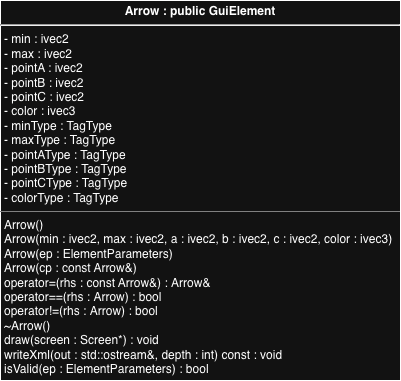
Above: images/Arrow_UML.png in cgreen2048/ArtHuddle (draw.io), before the change. Source tidied: cells renumbered, new cells last; positions are measured from the earlier drawing's top-left corner, leaving out a move shared by most shapes.
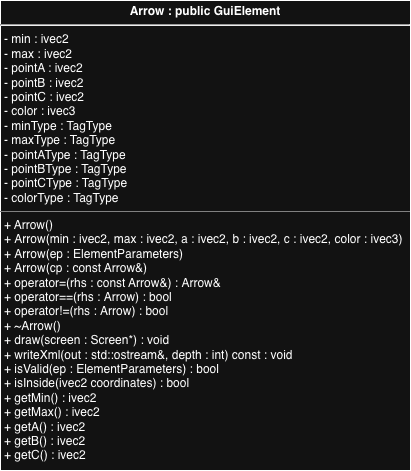
Above is the later version.

Diff of the diagram source:
```diff
@@ -2,8 +2,8 @@
   <root>
     <mxCell id="0" />
     <mxCell id="1" parent="0" />
-    <mxCell id="2" value="&lt;p style=&quot;margin:0px;margin-top:4px;text-align:center;&quot;&gt;&lt;b&gt;Arrow : public GuiElement&lt;/b&gt;&lt;/p&gt;&lt;hr&gt;&lt;p style=&quot;margin:0px;margin-left:4px;&quot;&gt;&lt;span style=&quot;background-color: transparent; color: light-dark(rgb(0, 0, 0), rgb(255, 255, 255));&quot;&gt;- min : ivec2&lt;/span&gt;&lt;/p&gt;&lt;p style=&quot;margin:0px;margin-left:4px;&quot;&gt;&lt;span style=&quot;background-color: transparent; color: light-dark(rgb(0, 0, 0), rgb(255, 255, 255));&quot;&gt;- max : ivec2&lt;/span&gt;&lt;/p&gt;&lt;p style=&quot;margin:0px;margin-left:4px;&quot;&gt;&lt;span style=&quot;background-color: transparent; color: light-dark(rgb(0, 0, 0), rgb(255, 255, 255));&quot;&gt;- pointA : ivec2&lt;/span&gt;&lt;/p&gt;&lt;p style=&quot;margin:0px;margin-left:4px;&quot;&gt;- pointB : ivec2&lt;/p&gt;&lt;p style=&quot;margin:0px;margin-left:4px;&quot;&gt;- pointC : ivec2&lt;/p&gt;&lt;p style=&quot;margin:0px;margin-left:4px;&quot;&gt;- color : ivec3&lt;br&gt;&lt;/p&gt;&lt;p style=&quot;margin:0px;margin-left:4px;&quot;&gt;- minType : TagType&lt;/p&gt;&lt;p style=&quot;margin:0px;margin-left:4px;&quot;&gt;- maxType : TagType&lt;/p&gt;&lt;p style=&quot;margin:0px;margin-left:4px;&quot;&gt;- pointA&lt;span style=&quot;background-color: transparent;&quot;&gt;Type : TagType&lt;/span&gt;&lt;/p&gt;&lt;p style=&quot;margin:0px;margin-left:4px;&quot;&gt;&lt;span style=&quot;white-space: normal;&quot;&gt;- pointBType : TagType&lt;/span&gt;&lt;/p&gt;&lt;p style=&quot;margin:0px;margin-left:4px;&quot;&gt;- pointCType : TagType&lt;/p&gt;&lt;p style=&quot;margin:0px;margin-left:4px;&quot;&gt;&lt;span style=&quot;white-space: normal;&quot;&gt;- colorType : TagType&lt;/span&gt;&lt;/p&gt;&lt;hr size=&quot;1&quot; style=&quot;border-style:solid;&quot;&gt;&lt;p style=&quot;margin:0px;margin-left:4px;&quot;&gt;Arrow()&lt;/p&gt;&lt;p style=&quot;margin:0px;margin-left:4px;&quot;&gt;Arrow(min : ivec2, max : ivec2, a : ivec2, b : ivec2, c : ivec2, color : ivec3)&lt;/p&gt;&lt;p style=&quot;margin:0px;margin-left:4px;&quot;&gt;Arrow(ep : ElementParameters)&lt;/p&gt;&lt;p style=&quot;margin:0px;margin-left:4px;&quot;&gt;Arrow(cp :&amp;nbsp;&lt;span style=&quot;background-color: transparent; color: light-dark(rgb(0, 0, 0), rgb(255, 255, 255));&quot;&gt;const Arrow&amp;amp;&lt;/span&gt;&lt;span style=&quot;background-color: transparent; color: light-dark(rgb(0, 0, 0), rgb(255, 255, 255));&quot;&gt;)&lt;/span&gt;&lt;/p&gt;&lt;p style=&quot;margin:0px;margin-left:4px;&quot;&gt;&lt;span style=&quot;white-space: normal;&quot;&gt;operator=(rhs :&amp;nbsp;&lt;/span&gt;&lt;span style=&quot;background-color: transparent; color: light-dark(rgb(0, 0, 0), rgb(255, 255, 255));&quot;&gt;const Arrow&amp;amp;&lt;/span&gt;&lt;span style=&quot;background-color: transparent; color: light-dark(rgb(0, 0, 0), rgb(255, 255, 255));&quot;&gt;) :&amp;nbsp;&lt;/span&gt;&lt;span style=&quot;background-color: transparent; color: light-dark(rgb(0, 0, 0), rgb(255, 255, 255));&quot;&gt;Arrow&amp;amp;&lt;/span&gt;&lt;/p&gt;&lt;p style=&quot;margin:0px;margin-left:4px;&quot;&gt;&lt;span style=&quot;white-space: normal;&quot;&gt;operator==(rhs :&amp;nbsp;&lt;/span&gt;&lt;span style=&quot;background-color: transparent; color: light-dark(rgb(0, 0, 0), rgb(255, 255, 255));&quot;&gt;Arrow) :&amp;nbsp;&lt;/span&gt;&lt;span style=&quot;background-color: transparent; color: light-dark(rgb(0, 0, 0), rgb(255, 255, 255));&quot;&gt;bool&lt;/span&gt;&lt;/p&gt;&lt;p style=&quot;margin:0px;margin-left:4px;&quot;&gt;&lt;span style=&quot;white-space: normal;&quot;&gt;operator!=(rhs :&amp;nbsp;&lt;/span&gt;&lt;span style=&quot;background-color: transparent; color: light-dark(rgb(0, 0, 0), rgb(255, 255, 255));&quot;&gt;Arrow&lt;/span&gt;&lt;span style=&quot;background-color: transparent; color: light-dark(rgb(0, 0, 0), rgb(255, 255, 255));&quot;&gt;) :&amp;nbsp;&lt;/span&gt;&lt;span style=&quot;background-color: transparent; color: light-dark(rgb(0, 0, 0), rgb(255, 255, 255));&quot;&gt;bool&lt;/span&gt;&lt;/p&gt;&lt;p style=&quot;margin:0px;margin-left:4px;&quot;&gt;&lt;span style=&quot;white-space: normal;&quot;&gt;~Arrow()&lt;/span&gt;&lt;/p&gt;&lt;p style=&quot;margin:0px;margin-left:4px;&quot;&gt;draw(screen :&amp;nbsp;&lt;span style=&quot;background-color: transparent; color: light-dark(rgb(0, 0, 0), rgb(255, 255, 255));&quot;&gt;Screen*&lt;/span&gt;&lt;span style=&quot;background-color: transparent; color: light-dark(rgb(0, 0, 0), rgb(255, 255, 255));&quot;&gt;) : void&lt;/span&gt;&lt;/p&gt;&lt;p style=&quot;margin:0px;margin-left:4px;&quot;&gt;writeXml(out :&amp;nbsp;&lt;span style=&quot;background-color: transparent; color: light-dark(rgb(0, 0, 0), rgb(255, 255, 255));&quot;&gt;std::ostream&amp;amp;&lt;/span&gt;&lt;span style=&quot;background-color: transparent; color: light-dark(rgb(0, 0, 0), rgb(255, 255, 255));&quot;&gt;, depth :&amp;nbsp;&lt;/span&gt;&lt;span style=&quot;background-color: transparent; color: light-dark(rgb(0, 0, 0), rgb(255, 255, 255));&quot;&gt;int&lt;/span&gt;&lt;span style=&quot;background-color: transparent; color: light-dark(rgb(0, 0, 0), rgb(255, 255, 255));&quot;&gt;) const : void&lt;/span&gt;&lt;/p&gt;&lt;p style=&quot;margin:0px;margin-left:4px;&quot;&gt;isValid(ep :&amp;nbsp;&lt;span style=&quot;background-color: transparent; color: light-dark(rgb(0, 0, 0), rgb(255, 255, 255));&quot;&gt;ElementParameters&lt;/span&gt;&lt;span style=&quot;background-color: transparent; color: light-dark(rgb(0, 0, 0), rgb(255, 255, 255));&quot;&gt;) : bool&lt;/span&gt;&lt;/p&gt;" style="verticalAlign=top;align=left;overflow=fill;html=1;whiteSpace=wrap;" parent="1" vertex="1">
-      <mxGeometry width="400" height="380" as="geometry" />
+    <mxCell id="2" value="&lt;p style=&quot;margin:0px;margin-top:4px;text-align:center;&quot;&gt;&lt;b&gt;Arrow : public GuiElement&lt;/b&gt;&lt;/p&gt;&lt;hr&gt;&lt;p style=&quot;margin:0px;margin-left:4px;&quot;&gt;&lt;span style=&quot;background-color: transparent; color: light-dark(rgb(0, 0, 0), rgb(255, 255, 255));&quot;&gt;- min : ivec2&lt;/span&gt;&lt;/p&gt;&lt;p style=&quot;margin:0px;margin-left:4px;&quot;&gt;&lt;span style=&quot;background-color: transparent; color: light-dark(rgb(0, 0, 0), rgb(255, 255, 255));&quot;&gt;- max : ivec2&lt;/span&gt;&lt;/p&gt;&lt;p style=&quot;margin:0px;margin-left:4px;&quot;&gt;&lt;span style=&quot;background-color: transparent; color: light-dark(rgb(0, 0, 0), rgb(255, 255, 255));&quot;&gt;- pointA : ivec2&lt;/span&gt;&lt;/p&gt;&lt;p style=&quot;margin:0px;margin-left:4px;&quot;&gt;- pointB : ivec2&lt;/p&gt;&lt;p style=&quot;margin:0px;margin-left:4px;&quot;&gt;- pointC : ivec2&lt;/p&gt;&lt;p style=&quot;margin:0px;margin-left:4px;&quot;&gt;- color : ivec3&lt;br&gt;&lt;/p&gt;&lt;p style=&quot;margin:0px;margin-left:4px;&quot;&gt;- minType : TagType&lt;/p&gt;&lt;p style=&quot;margin:0px;margin-left:4px;&quot;&gt;- maxType : TagType&lt;/p&gt;&lt;p style=&quot;margin:0px;margin-left:4px;&quot;&gt;- pointA&lt;span style=&quot;background-color: transparent;&quot;&gt;Type : TagType&lt;/span&gt;&lt;/p&gt;&lt;p style=&quot;margin:0px;margin-left:4px;&quot;&gt;&lt;span style=&quot;white-space: normal;&quot;&gt;- pointBType : TagType&lt;/span&gt;&lt;/p&gt;&lt;p style=&quot;margin:0px;margin-left:4px;&quot;&gt;- pointCType : TagType&lt;/p&gt;&lt;p style=&quot;margin:0px;margin-left:4px;&quot;&gt;&lt;span style=&quot;white-space: normal;&quot;&gt;- colorType : TagType&lt;/span&gt;&lt;/p&gt;&lt;hr size=&quot;1&quot; style=&quot;border-style:solid;&quot;&gt;&lt;p style=&quot;margin:0px;margin-left:4px;&quot;&gt;+ Arrow()&lt;/p&gt;&lt;p style=&quot;margin:0px;margin-left:4px;&quot;&gt;&lt;span style=&quot;background-color: transparent; color: light-dark(rgb(0, 0, 0), rgb(255, 255, 255));&quot;&gt;+&lt;/span&gt;&lt;span style=&quot;background-color: transparent; color: light-dark(rgb(0, 0, 0), rgb(255, 255, 255));&quot;&gt;&amp;nbsp;&lt;/span&gt;Arrow(min : ivec2, max : ivec2, a : ivec2, b : ivec2, c : ivec2, color : ivec3)&lt;/p&gt;&lt;p style=&quot;margin:0px;margin-left:4px;&quot;&gt;&lt;span style=&quot;background-color: transparent; color: light-dark(rgb(0, 0, 0), rgb(255, 255, 255));&quot;&gt;+&lt;/span&gt;&lt;span style=&quot;background-color: transparent; color: light-dark(rgb(0, 0, 0), rgb(255, 255, 255));&quot;&gt;&amp;nbsp;&lt;/span&gt;Arrow(ep : ElementParameters)&lt;/p&gt;&lt;p style=&quot;margin:0px;margin-left:4px;&quot;&gt;&lt;span style=&quot;background-color: transparent; color: light-dark(rgb(0, 0, 0), rgb(255, 255, 255));&quot;&gt;+&lt;/span&gt;&lt;span style=&quot;background-color: transparent; color: light-dark(rgb(0, 0, 0), rgb(255, 255, 255));&quot;&gt;&amp;nbsp;&lt;/span&gt;Arrow(cp :&amp;nbsp;&lt;span style=&quot;background-color: transparent; color: light-dark(rgb(0, 0, 0), rgb(255, 255, 255));&quot;&gt;const Arrow&amp;amp;&lt;/span&gt;&lt;span style=&quot;background-color: transparent; color: light-dark(rgb(0, 0, 0), rgb(255, 255, 255));&quot;&gt;)&lt;/span&gt;&lt;/p&gt;&lt;p style=&quot;margin:0px;margin-left:4px;&quot;&gt;&lt;span style=&quot;background-color: transparent; color: light-dark(rgb(0, 0, 0), rgb(255, 255, 255));&quot;&gt;+&lt;/span&gt;&lt;span style=&quot;background-color: transparent; color: light-dark(rgb(0, 0, 0), rgb(255, 255, 255));&quot;&gt;&amp;nbsp;&lt;/span&gt;&lt;span style=&quot;white-space: normal;&quot;&gt;operator=(rhs :&amp;nbsp;&lt;/span&gt;&lt;span style=&quot;background-color: transparent; color: light-dark(rgb(0, 0, 0), rgb(255, 255, 255));&quot;&gt;const Arrow&amp;amp;&lt;/span&gt;&lt;span style=&quot;background-color: transparent; color: light-dark(rgb(0, 0, 0), rgb(255, 255, 255));&quot;&gt;) :&amp;nbsp;&lt;/span&gt;&lt;span style=&quot;background-color: transparent; color: light-dark(rgb(0, 0, 0), rgb(255, 255, 255));&quot;&gt;Arrow&amp;amp;&lt;/span&gt;&lt;/p&gt;&lt;p style=&quot;margin:0px;margin-left:4px;&quot;&gt;&lt;span style=&quot;background-color: transparent; color: light-dark(rgb(0, 0, 0), rgb(255, 255, 255));&quot;&gt;+&lt;/span&gt;&lt;span style=&quot;background-color: transparent; color: light-dark(rgb(0, 0, 0), rgb(255, 255, 255));&quot;&gt;&amp;nbsp;&lt;/span&gt;&lt;span style=&quot;white-space: normal;&quot;&gt;operator==(rhs :&amp;nbsp;&lt;/span&gt;&lt;span style=&quot;background-color: transparent; color: light-dark(rgb(0, 0, 0), rgb(255, 255, 255));&quot;&gt;Arrow) :&amp;nbsp;&lt;/span&gt;&lt;span style=&quot;background-color: transparent; color: light-dark(rgb(0, 0, 0), rgb(255, 255, 255));&quot;&gt;bool&lt;/span&gt;&lt;/p&gt;&lt;p style=&quot;margin:0px;margin-left:4px;&quot;&gt;&lt;span style=&quot;background-color: transparent; color: light-dark(rgb(0, 0, 0), rgb(255, 255, 255));&quot;&gt;+&lt;/span&gt;&lt;span style=&quot;background-color: transparent; color: light-dark(rgb(0, 0, 0), rgb(255, 255, 255));&quot;&gt;&amp;nbsp;&lt;/span&gt;&lt;span style=&quot;white-space: normal;&quot;&gt;operator!=(rhs :&amp;nbsp;&lt;/span&gt;&lt;span style=&quot;background-color: transparent; color: light-dark(rgb(0, 0, 0), rgb(255, 255, 255));&quot;&gt;Arrow&lt;/span&gt;&lt;span style=&quot;background-color: transparent; color: light-dark(rgb(0, 0, 0), rgb(255, 255, 255));&quot;&gt;) :&amp;nbsp;&lt;/span&gt;&lt;span style=&quot;background-color: transparent; color: light-dark(rgb(0, 0, 0), rgb(255, 255, 255));&quot;&gt;bool&lt;/span&gt;&lt;/p&gt;&lt;p style=&quot;margin:0px;margin-left:4px;&quot;&gt;&lt;span style=&quot;background-color: transparent; color: light-dark(rgb(0, 0, 0), rgb(255, 255, 255));&quot;&gt;+&lt;/span&gt;&lt;span style=&quot;background-color: transparent; color: light-dark(rgb(0, 0, 0), rgb(255, 255, 255));&quot;&gt;&amp;nbsp;&lt;/span&gt;&lt;span style=&quot;white-space: normal;&quot;&gt;~Arrow()&lt;/span&gt;&lt;/p&gt;&lt;p style=&quot;margin:0px;margin-left:4px;&quot;&gt;&lt;span style=&quot;background-color: transparent; color: light-dark(rgb(0, 0, 0), rgb(255, 255, 255));&quot;&gt;+&lt;/span&gt;&lt;span style=&quot;background-color: transparent; color: light-dark(rgb(0, 0, 0), rgb(255, 255, 255));&quot;&gt;&amp;nbsp;&lt;/span&gt;draw(screen :&amp;nbsp;&lt;span style=&quot;background-color: transparent; color: light-dark(rgb(0, 0, 0), rgb(255, 255, 255));&quot;&gt;Screen*&lt;/span&gt;&lt;span style=&quot;background-color: transparent; color: light-dark(rgb(0, 0, 0), rgb(255, 255, 255));&quot;&gt;) : void&lt;/span&gt;&lt;/p&gt;&lt;p style=&quot;margin:0px;margin-left:4px;&quot;&gt;&lt;span style=&quot;background-color: transparent; color: light-dark(rgb(0, 0, 0), rgb(255, 255, 255));&quot;&gt;+&lt;/span&gt;&lt;span style=&quot;background-color: transparent; color: light-dark(rgb(0, 0, 0), rgb(255, 255, 255));&quot;&gt;&amp;nbsp;&lt;/span&gt;writeXml(out :&amp;nbsp;&lt;span style=&quot;background-color: transparent; color: light-dark(rgb(0, 0, 0), rgb(255, 255, 255));&quot;&gt;std::ostream&amp;amp;&lt;/span&gt;&lt;span style=&quot;background-color: transparent; color: light-dark(rgb(0, 0, 0), rgb(255, 255, 255));&quot;&gt;, depth :&amp;nbsp;&lt;/span&gt;&lt;span style=&quot;background-color: transparent; color: light-dark(rgb(0, 0, 0), rgb(255, 255, 255));&quot;&gt;int&lt;/span&gt;&lt;span style=&quot;background-color: transparent; color: light-dark(rgb(0, 0, 0), rgb(255, 255, 255));&quot;&gt;) const : void&lt;/span&gt;&lt;/p&gt;&lt;p style=&quot;margin:0px;margin-left:4px;&quot;&gt;&lt;span style=&quot;background-color: transparent; color: light-dark(rgb(0, 0, 0), rgb(255, 255, 255));&quot;&gt;+&lt;/span&gt;&lt;span style=&quot;background-color: transparent; color: light-dark(rgb(0, 0, 0), rgb(255, 255, 255));&quot;&gt;&amp;nbsp;&lt;/span&gt;isValid(ep :&amp;nbsp;&lt;span style=&quot;background-color: transparent; color: light-dark(rgb(0, 0, 0), rgb(255, 255, 255));&quot;&gt;ElementParameters&lt;/span&gt;&lt;span style=&quot;background-color: transparent; color: light-dark(rgb(0, 0, 0), rgb(255, 255, 255));&quot;&gt;) : bool&lt;/span&gt;&lt;/p&gt;&lt;p style=&quot;margin:0px;margin-left:4px;&quot;&gt;&lt;span style=&quot;background-color: transparent; color: light-dark(rgb(0, 0, 0), rgb(255, 255, 255));&quot;&gt;+&lt;/span&gt;&lt;span style=&quot;background-color: transparent; color: light-dark(rgb(0, 0, 0), rgb(255, 255, 255));&quot;&gt;&amp;nbsp;&lt;/span&gt;isInside(ivec2 coordinates) : bool&lt;/p&gt;&lt;p style=&quot;margin:0px;margin-left:4px;&quot;&gt;&lt;span style=&quot;background-color: transparent; color: light-dark(rgb(0, 0, 0), rgb(255, 255, 255));&quot;&gt;+&lt;/span&gt;&lt;span style=&quot;background-color: transparent; color: light-dark(rgb(0, 0, 0), rgb(255, 255, 255));&quot;&gt;&amp;nbsp;&lt;/span&gt;getMin() : ivec2&lt;/p&gt;&lt;p style=&quot;margin:0px;margin-left:4px;&quot;&gt;&lt;span style=&quot;background-color: transparent; color: light-dark(rgb(0, 0, 0), rgb(255, 255, 255));&quot;&gt;+&lt;/span&gt;&lt;span style=&quot;background-color: transparent; color: light-dark(rgb(0, 0, 0), rgb(255, 255, 255));&quot;&gt;&amp;nbsp;&lt;/span&gt;getMax() : ivec2&lt;/p&gt;&lt;p style=&quot;margin:0px;margin-left:4px;&quot;&gt;&lt;span style=&quot;background-color: transparent; color: light-dark(rgb(0, 0, 0), rgb(255, 255, 255));&quot;&gt;+&lt;/span&gt;&lt;span style=&quot;background-color: transparent; color: light-dark(rgb(0, 0, 0), rgb(255, 255, 255));&quot;&gt;&amp;nbsp;&lt;/span&gt;getA() : ivec2&lt;/p&gt;&lt;p style=&quot;margin:0px;margin-left:4px;&quot;&gt;&lt;span style=&quot;background-color: transparent; color: light-dark(rgb(0, 0, 0), rgb(255, 255, 255));&quot;&gt;+&lt;/span&gt;&lt;span style=&quot;background-color: transparent; color: light-dark(rgb(0, 0, 0), rgb(255, 255, 255));&quot;&gt;&amp;nbsp;&lt;/span&gt;getB() : ivec2&lt;/p&gt;&lt;p style=&quot;margin:0px;margin-left:4px;&quot;&gt;&lt;span style=&quot;background-color: transparent;&quot;&gt;&lt;/span&gt;&lt;/p&gt;&lt;p style=&quot;margin:0px;margin-left:4px;&quot;&gt;&lt;span style=&quot;background-color: transparent; color: light-dark(rgb(0, 0, 0), rgb(255, 255, 255));&quot;&gt;+&lt;/span&gt;&lt;span style=&quot;background-color: transparent; color: light-dark(rgb(0, 0, 0), rgb(255, 255, 255));&quot;&gt;&amp;nbsp;&lt;/span&gt;getC() : ivec2&lt;/p&gt;" style="verticalAlign=top;align=left;overflow=fill;html=1;whiteSpace=wrap;" parent="1" vertex="1">
+      <mxGeometry width="410" height="470" as="geometry" />
     </mxCell>
   </root>
 </mxGraphModel>
```
